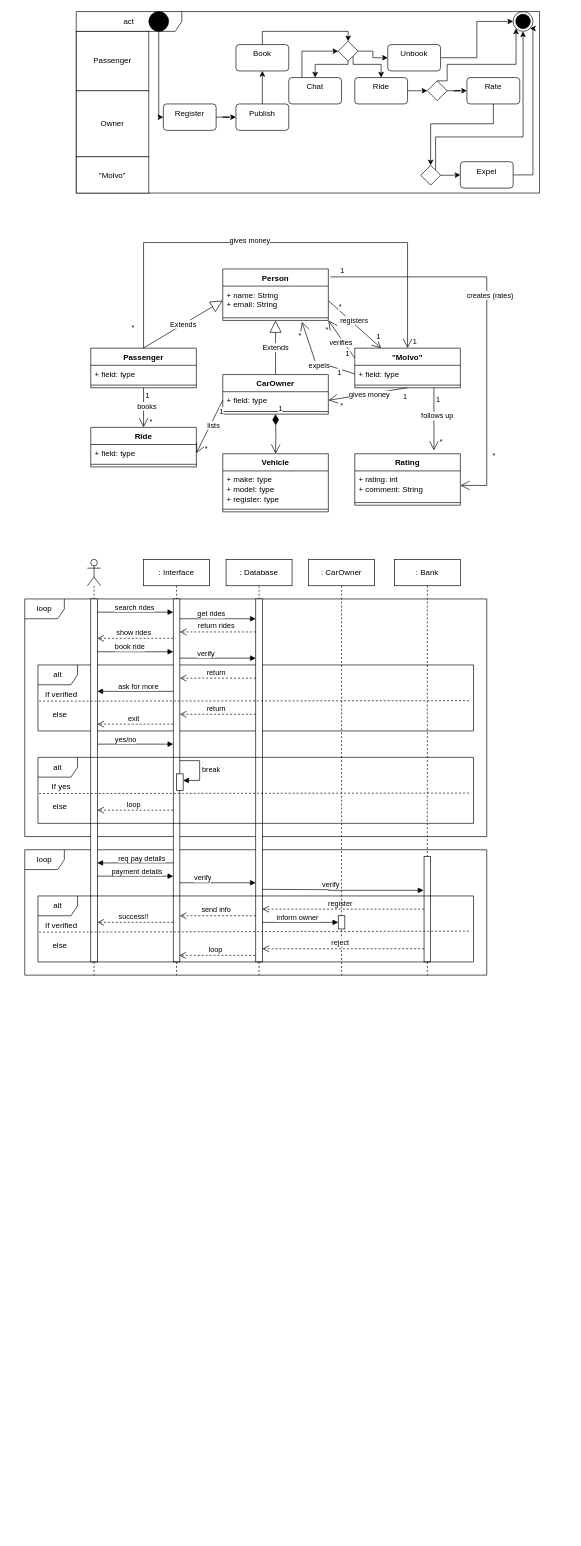
This is Ex-2.drawio from nangliaa/nangliaa, a draw.io file, before an edit. Source tidied: cells renumbered, new cells numbered last; positions are measured from the earlier drawing's top-left corner, leaving out a move shared by most shapes. Both pictures are drawn from the tidied source at 66%, with x=0, y=0 at pixel (24, 11).
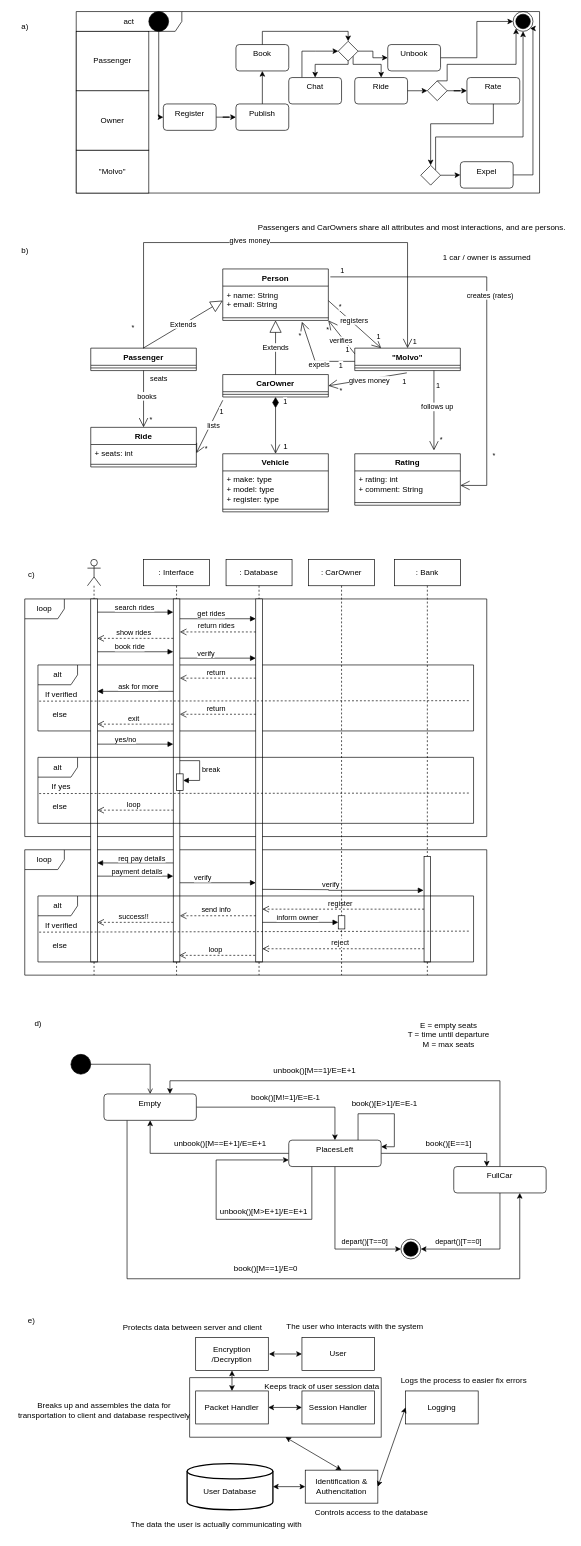
The same diagram, later.

Unchanged cells that the change refers to:
```xml
<mxCell id="2" value="act" style="shape=umlFrame;whiteSpace=wrap;html=1;width=160;" parent="1" vertex="1">
  <mxGeometry x="78" width="702" height="275" as="geometry" />
</mxCell>
<mxCell id="36" style="line;strokeWidth=1;fillColor=none;align=left;verticalAlign=middle;spacingTop=-1;spacingLeft=3;spacingRight=3;labelPosition=right;points=[];portConstraint=eastwest;strokeColor=inherit;" parent="34" vertex="1">
  <mxGeometry y="70" width="160" height="8" as="geometry" />
</mxCell>
<mxCell id="45" value="Vehicle" style="swimlane;fontStyle=1;align=center;verticalAlign=top;horizontal=1;startSize=26;whiteSpace=wrap;html=1;" parent="1" vertex="1">
  <mxGeometry x="300" y="670" width="160" height="88" as="geometry" />
</mxCell>
<mxCell id="49" value="Ride" style="swimlane;fontStyle=1;align=center;verticalAlign=top;horizontal=1;startSize=26;whiteSpace=wrap;html=1;" parent="1" vertex="1">
  <mxGeometry x="100" y="630" width="160" height="60" as="geometry" />
</mxCell>
<mxCell id="55" style="endArrow=open;endFill=1;endSize=12;html=1;rounded=0;entryX=0.5;entryY=0;entryDx=0;entryDy=0;exitX=0.5;exitY=1;exitDx=0;exitDy=0;" parent="1" edge="1" source="37" target="49">
  <mxGeometry relative="1" as="geometry" />
</mxCell>
```

What changed in the source:
```diff
@@
+    <mxCell id="143" style="html=1;whiteSpace=wrap;" parent="1" vertex="1">
+      <mxGeometry x="250" y="2070" width="290" height="90" as="geometry" />
+    </mxCell>
@@
     <mxCell id="3" value="&quot;Molvo&quot;" style="html=1;whiteSpace=wrap;" parent="2" vertex="1">
-      <mxGeometry y="220" width="110" height="55" as="geometry" />
+      <mxGeometry y="210" width="110" height="65" as="geometry" />
     </mxCell>
@@
     <mxCell id="21" value="Owner" style="html=1;whiteSpace=wrap;" parent="2" vertex="1">
-      <mxGeometry y="120" width="110" height="100" as="geometry" />
+      <mxGeometry y="120" width="110" height="90" as="geometry" />
     </mxCell>
@@
     <mxCell id="31" value="&quot;Molvo&quot;" style="swimlane;fontStyle=1;align=center;verticalAlign=top;horizontal=1;startSize=26;whiteSpace=wrap;html=1;" parent="1" vertex="1">
-      <mxGeometry x="500" y="510" width="160" height="60" as="geometry" />
+      <mxGeometry x="500" y="510" width="160" height="34" as="geometry" />
     </mxCell>
-    <mxCell id="32" value="+ field: type" style="text;strokeColor=none;fillColor=none;align=left;verticalAlign=top;spacingLeft=4;spacingRight=4;overflow=hidden;points=[[0,0.5],[1,0.5]];portConstraint=eastwest;whiteSpace=wrap;html=1;" parent="31" vertex="1">
-      <mxGeometry y="26" width="160" height="26" as="geometry" />
-    </mxCell>
     <mxCell id="33" style="line;strokeWidth=1;fillColor=none;align=left;verticalAlign=middle;spacingTop=-1;spacingLeft=3;spacingRight=3;labelPosition=right;points=[];portConstraint=eastwest;strokeColor=inherit;" parent="31" vertex="1">
-      <mxGeometry y="52" width="160" height="8" as="geometry" />
+      <mxGeometry y="26" width="160" height="8" as="geometry" />
     </mxCell>
@@
     <mxCell id="37" value="Passenger" style="swimlane;fontStyle=1;align=center;verticalAlign=top;horizontal=1;startSize=26;whiteSpace=wrap;html=1;" parent="1" vertex="1">
-      <mxGeometry x="100" y="510" width="160" height="60" as="geometry" />
+      <mxGeometry x="100" y="510" width="160" height="34" as="geometry" />
     </mxCell>
-    <mxCell id="38" value="+ field: type" style="text;strokeColor=none;fillColor=none;align=left;verticalAlign=top;spacingLeft=4;spacingRight=4;overflow=hidden;whiteSpace=wrap;html=1;" parent="37" vertex="1">
-      <mxGeometry y="26" width="160" height="26" as="geometry" />
-    </mxCell>
     <mxCell id="39" style="line;strokeWidth=1;fillColor=none;align=left;verticalAlign=middle;spacingTop=-1;spacingLeft=3;spacingRight=3;labelPosition=right;strokeColor=inherit;" parent="37" vertex="1">
-      <mxGeometry y="52" width="160" height="8" as="geometry" />
+      <mxGeometry y="26" width="160" height="8" as="geometry" />
     </mxCell>
     <mxCell id="40" value="CarOwner" style="swimlane;fontStyle=1;align=center;verticalAlign=top;horizontal=1;startSize=26;whiteSpace=wrap;html=1;" parent="1" vertex="1">
-      <mxGeometry x="300" y="550" width="160" height="60" as="geometry" />
+      <mxGeometry x="300" y="550" width="160" height="34" as="geometry" />
     </mxCell>
-    <mxCell id="41" value="+ field: type" style="text;strokeColor=none;fillColor=none;align=left;verticalAlign=top;spacingLeft=4;spacingRight=4;overflow=hidden;points=[[0,0.5],[1,0.5]];portConstraint=eastwest;whiteSpace=wrap;html=1;" parent="40" vertex="1">
-      <mxGeometry y="26" width="160" height="26" as="geometry" />
-    </mxCell>
     <mxCell id="42" style="line;strokeWidth=1;fillColor=none;align=left;verticalAlign=middle;spacingTop=-1;spacingLeft=3;spacingRight=3;labelPosition=right;strokeColor=inherit;" parent="40" vertex="1">
-      <mxGeometry y="52" width="160" height="8" as="geometry" />
+      <mxGeometry y="26" width="160" height="8" as="geometry" />
     </mxCell>
@@
-    <mxCell id="48" value="1" style="endArrow=open;html=1;endSize=12;startArrow=diamondThin;startSize=14;startFill=1;edgeStyle=orthogonalEdgeStyle;align=left;verticalAlign=bottom;rounded=0;entryX=0.5;entryY=0;entryDx=0;entryDy=0;" parent="1" edge="1" target="45">
-      <mxGeometry x="-1" y="3" relative="1" as="geometry">
-        <mxPoint x="380" y="610" as="sourcePoint" />
-      </mxGeometry>
+    <mxCell id="48" value="1" style="endArrow=open;html=1;endSize=12;startArrow=diamondThin;startSize=14;startFill=1;edgeStyle=orthogonalEdgeStyle;align=left;verticalAlign=bottom;rounded=0;entryX=0.5;entryY=0;entryDx=0;entryDy=0;exitX=0.5;exitY=1;exitDx=0;exitDy=0;" parent="1" edge="1" source="40" target="45">
+      <mxGeometry x="-0.63" y="10" relative="1" as="geometry" />
     </mxCell>
@@
-    <mxCell id="50" value="+ field: type" style="text;strokeColor=none;fillColor=none;align=left;verticalAlign=top;spacingLeft=4;spacingRight=4;overflow=hidden;points=[[0,0.5],[1,0.5]];portConstraint=eastwest;whiteSpace=wrap;html=1;" parent="49" vertex="1">
+    <mxCell id="50" value="+ seats: int" style="text;strokeColor=none;fillColor=none;align=left;verticalAlign=top;spacingLeft=4;spacingRight=4;overflow=hidden;points=[[0,0.5],[1,0.5]];portConstraint=eastwest;whiteSpace=wrap;html=1;" parent="49" vertex="1">
       <mxGeometry y="26" width="160" height="26" as="geometry" />
     </mxCell>
@@
-    <mxCell id="57" value="1" style="edgeLabel;html=1;align=center;verticalAlign=middle;" parent="55" vertex="1">
-      <mxGeometry x="-0.64" y="5" relative="1" as="geometry" />
+    <mxCell id="57" value="seats" style="edgeLabel;html=1;align=center;verticalAlign=middle;" parent="55" vertex="1">
+      <mxGeometry x="-0.64" y="5" relative="1" as="geometry">
+        <mxPoint x="17" y="-4" as="offset" />
+      </mxGeometry>
     </mxCell>
@@
-    <mxCell id="63" style="endArrow=open;endFill=1;endSize=12;html=1;rounded=0;entryX=1;entryY=0.5;entryDx=0;entryDy=0;exitX=0.5;exitY=1;exitDx=0;exitDy=0;" parent="1" edge="1" target="41">
-      <mxGeometry relative="1" as="geometry">
-        <mxPoint x="579.5" y="570" as="sourcePoint" />
-      </mxGeometry>
+    <mxCell id="63" style="endArrow=open;endFill=1;endSize=12;html=1;rounded=0;entryX=1;entryY=0.5;entryDx=0;entryDy=0;exitX=0.493;exitY=1.433;exitDx=0;exitDy=0;exitPerimeter=0;" parent="1" edge="1" source="33" target="40">
+      <mxGeometry relative="1" as="geometry" />
     </mxCell>
@@
-    <mxCell id="67" style="endArrow=open;endFill=1;endSize=12;html=1;rounded=0;entryX=1;entryY=0.5;entryDx=0;entryDy=0;exitX=0;exitY=0.5;exitDx=0;exitDy=0;" parent="1" edge="1" source="41" target="50">
-      <mxGeometry relative="1" as="geometry" />
+    <mxCell id="67" style="endArrow=open;endFill=1;endSize=12;html=1;rounded=0;entryX=1;entryY=0.5;entryDx=0;entryDy=0;exitX=0;exitY=0.5;exitDx=0;exitDy=0;" parent="1" edge="1" target="50">
+      <mxGeometry relative="1" as="geometry">
+        <mxPoint x="300" y="589" as="sourcePoint" />
+      </mxGeometry>
     </mxCell>
@@
-    <mxCell id="79" style="endArrow=open;endFill=1;endSize=12;html=1;rounded=0;entryX=0.75;entryY=1.25;entryDx=0;entryDy=0;exitX=0;exitY=0.5;exitDx=0;exitDy=0;entryPerimeter=0;" parent="1" edge="1" source="32" target="36">
+    <mxCell id="79" style="endArrow=open;endFill=1;endSize=12;html=1;rounded=0;entryX=0.75;entryY=1.25;entryDx=0;entryDy=0;entryPerimeter=0;" parent="1" edge="1" target="36">
       <mxGeometry relative="1" as="geometry">
+        <mxPoint x="500" y="530" as="sourcePoint" />
         <Array as="points">
           <mxPoint x="440" y="530" />
         </Array>
       </mxGeometry>
     </mxCell>
@@
+    <mxCell id="144" style="edgeStyle=orthogonalEdgeStyle;rounded=0;jettySize=auto;html=1;entryX=0.5;entryY=0;entryDx=0;entryDy=0;" parent="1" edge="1" source="146" target="154">
+      <mxGeometry relative="1" as="geometry" />
+    </mxCell>
+    <mxCell id="145" style="edgeStyle=orthogonalEdgeStyle;rounded=0;jettySize=auto;html=1;exitX=0.25;exitY=1;exitDx=0;exitDy=0;" parent="1" edge="1" source="146" target="160">
+      <mxGeometry relative="1" as="geometry">
+        <Array as="points">
+          <mxPoint x="155" y="1920" />
+          <mxPoint x="750" y="1920" />
+        </Array>
+      </mxGeometry>
+    </mxCell>
+    <mxCell id="146" value="Empty" style="html=1;align=center;verticalAlign=top;rounded=1;absoluteArcSize=1;arcSize=10;dashed=0;whiteSpace=wrap;" parent="1" vertex="1">
+      <mxGeometry x="120" y="1640" width="140" height="40" as="geometry" />
+    </mxCell>
+    <mxCell id="147" style="edgeStyle=orthogonalEdgeStyle;rounded=0;jettySize=auto;html=1;entryX=0.5;entryY=0;entryDx=0;entryDy=0;endArrow=open;endFill=0;" parent="1" edge="1" source="148" target="146">
+      <mxGeometry relative="1" as="geometry" />
+    </mxCell>
+    <mxCell id="148" style="ellipse;fillColor=strokeColor;html=1;" parent="1" vertex="1">
+      <mxGeometry x="70" y="1580" width="30" height="30" as="geometry" />
+    </mxCell>
+    <mxCell id="149" style="edgeStyle=orthogonalEdgeStyle;rounded=0;jettySize=auto;html=1;" parent="1" edge="1" source="154" target="160">
+      <mxGeometry relative="1" as="geometry">
+        <Array as="points">
+          <mxPoint x="700" y="1730" />
+        </Array>
+      </mxGeometry>
+    </mxCell>
+    <mxCell id="150" style="edgeStyle=orthogonalEdgeStyle;rounded=0;jettySize=auto;html=1;exitX=0.5;exitY=1;exitDx=0;exitDy=0;entryX=0;entryY=0.5;entryDx=0;entryDy=0;" parent="1" edge="1" source="154" target="161">
+      <mxGeometry relative="1" as="geometry" />
+    </mxCell>
+    <mxCell id="151" style="edgeStyle=orthogonalEdgeStyle;rounded=0;jettySize=auto;html=1;entryX=0.5;entryY=1;entryDx=0;entryDy=0;" parent="1" edge="1" source="154" target="146">
+      <mxGeometry relative="1" as="geometry" />
+    </mxCell>
+    <mxCell id="152" style="edgeStyle=orthogonalEdgeStyle;rounded=0;orthogonalLoop=1;jettySize=auto;html=1;exitX=0.25;exitY=1;exitDx=0;exitDy=0;entryX=0;entryY=0.75;entryDx=0;entryDy=0;" parent="1" edge="1" source="154" target="154">
+      <mxGeometry relative="1" as="geometry">
+        <Array as="points">
+          <mxPoint x="435" y="1830" />
+          <mxPoint x="290" y="1830" />
+          <mxPoint x="290" y="1740" />
+        </Array>
+      </mxGeometry>
+    </mxCell>
+    <mxCell id="153" style="edgeStyle=orthogonalEdgeStyle;rounded=0;orthogonalLoop=1;jettySize=auto;html=1;exitX=0.75;exitY=0;exitDx=0;exitDy=0;entryX=1;entryY=0.25;entryDx=0;entryDy=0;" parent="1" edge="1" source="154" target="154">
+      <mxGeometry relative="1" as="geometry">
+        <Array as="points">
+          <mxPoint x="505" y="1670" />
+          <mxPoint x="560" y="1670" />
+          <mxPoint x="560" y="1720" />
+        </Array>
+      </mxGeometry>
+    </mxCell>
+    <mxCell id="154" value="PlacesLeft" style="html=1;align=center;verticalAlign=top;rounded=1;absoluteArcSize=1;arcSize=10;dashed=0;whiteSpace=wrap;" parent="1" vertex="1">
+      <mxGeometry x="400" y="1710" width="140" height="40" as="geometry" />
+    </mxCell>
+    <mxCell id="155" value="book()[M!=1]/E=E-1" style="text;html=1;align=center;verticalAlign=middle;strokeColor=none;fillColor=none;" parent="1" vertex="1">
+      <mxGeometry x="330" y="1630" width="130" height="30" as="geometry" />
+    </mxCell>
+    <mxCell id="156" value="&lt;div&gt;E = empty seats&lt;/div&gt;&lt;div&gt;T = time until departure&lt;br&gt;&lt;/div&gt;&lt;div&gt;M = max seats&lt;br&gt;&lt;/div&gt;" style="text;html=1;align=center;verticalAlign=middle;strokeColor=none;fillColor=none;" parent="1" vertex="1">
+      <mxGeometry x="572" y="1520" width="140" height="60" as="geometry" />
+    </mxCell>
+    <mxCell id="157" style="edgeStyle=orthogonalEdgeStyle;rounded=0;jettySize=auto;html=1;entryX=1;entryY=0.5;entryDx=0;entryDy=0;" parent="1" edge="1" source="160" target="161">
+      <mxGeometry relative="1" as="geometry">
+        <Array as="points">
+          <mxPoint x="720" y="1875" />
+        </Array>
+      </mxGeometry>
+    </mxCell>
+    <mxCell id="158" value="depart()[T==0]" style="edgeLabel;html=1;align=center;verticalAlign=middle;" parent="157" vertex="1">
+      <mxGeometry x="0.45" y="-6" relative="1" as="geometry">
+        <mxPoint y="-6" as="offset" />
+      </mxGeometry>
+    </mxCell>
+    <mxCell id="159" style="edgeStyle=orthogonalEdgeStyle;rounded=0;jettySize=auto;html=1;" parent="1" edge="1" source="160">
+      <mxGeometry relative="1" as="geometry">
+        <mxPoint x="220" y="1640" as="targetPoint" />
+        <Array as="points">
+          <mxPoint x="720" y="1620" />
+          <mxPoint x="220" y="1620" />
+          <mxPoint x="220" y="1640" />
+        </Array>
+      </mxGeometry>
+    </mxCell>
+    <mxCell id="160" value="FullCar" style="html=1;align=center;verticalAlign=top;rounded=1;absoluteArcSize=1;arcSize=10;dashed=0;whiteSpace=wrap;" parent="1" vertex="1">
+      <mxGeometry x="650" y="1750" width="140" height="40" as="geometry" />
+    </mxCell>
+    <mxCell id="161" style="ellipse;html=1;shape=endState;fillColor=strokeColor;" parent="1" vertex="1">
+      <mxGeometry x="570" y="1860" width="30" height="30" as="geometry" />
+    </mxCell>
+    <mxCell id="162" value="book()[E==1]" style="text;html=1;align=center;verticalAlign=middle;strokeColor=none;fillColor=none;" parent="1" vertex="1">
+      <mxGeometry x="597" y="1701" width="90" height="30" as="geometry" />
+    </mxCell>
+    <mxCell id="163" value="depart()[T==0]" style="edgeLabel;html=1;align=center;verticalAlign=middle;" parent="1" vertex="1">
+      <mxGeometry x="514" y="1863" as="geometry" />
+    </mxCell>
+    <mxCell id="164" value="unbook()[M==E+1]/E=E+1" style="text;html=1;align=center;verticalAlign=middle;strokeColor=none;fillColor=none;" parent="1" vertex="1">
+      <mxGeometry x="216" y="1701" width="160" height="30" as="geometry" />
+    </mxCell>
+    <mxCell id="165" value="unbook()[M&amp;gt;E+1]/E=E+1" style="text;html=1;align=center;verticalAlign=middle;strokeColor=none;fillColor=none;" parent="1" vertex="1">
+      <mxGeometry x="287" y="1803" width="150" height="30" as="geometry" />
+    </mxCell>
+    <mxCell id="166" value="unbook()[M==1]/E=E+1" style="text;html=1;align=center;verticalAlign=middle;strokeColor=none;fillColor=none;" parent="1" vertex="1">
+      <mxGeometry x="364" y="1590" width="150" height="30" as="geometry" />
+    </mxCell>
+    <mxCell id="167" value="book()[E&amp;gt;1]/E=E-1" style="text;html=1;align=center;verticalAlign=middle;strokeColor=none;fillColor=none;" parent="1" vertex="1">
+      <mxGeometry x="485" y="1640" width="120" height="30" as="geometry" />
+    </mxCell>
+    <mxCell id="168" value="book()[M==1]/E=0" style="text;html=1;align=center;verticalAlign=middle;strokeColor=none;fillColor=none;" parent="1" vertex="1">
+      <mxGeometry x="305" y="1890" width="120" height="30" as="geometry" />
+    </mxCell>
+    <mxCell id="169" value="&lt;div&gt;&lt;br&gt;&lt;/div&gt;&lt;div&gt;User Database&lt;/div&gt;" style="strokeWidth=2;html=1;shape=mxgraph.flowchart.database;whiteSpace=wrap;" parent="1" vertex="1">
+      <mxGeometry x="246" y="2200" width="130" height="70" as="geometry" />
+    </mxCell>
+    <mxCell id="170" value="Packet Handler" style="html=1;whiteSpace=wrap;" parent="1" vertex="1">
+      <mxGeometry x="259" y="2090" width="110" height="50" as="geometry" />
+    </mxCell>
+    <mxCell id="171" value="Identification &amp;amp; Authencitation" style="html=1;whiteSpace=wrap;" parent="1" vertex="1">
+      <mxGeometry x="425" y="2210" width="110" height="50" as="geometry" />
+    </mxCell>
+    <mxCell id="172" value="Session Handler" style="html=1;whiteSpace=wrap;" parent="1" vertex="1">
+      <mxGeometry x="420" y="2090" width="110" height="50" as="geometry" />
+    </mxCell>
+    <mxCell id="173" value="Encryption /Decryption" style="html=1;whiteSpace=wrap;" parent="1" vertex="1">
+      <mxGeometry x="259" y="2009" width="110" height="50" as="geometry" />
+    </mxCell>
+    <mxCell id="174" value="Logging" style="html=1;whiteSpace=wrap;" parent="1" vertex="1">
+      <mxGeometry x="577" y="2090" width="110" height="50" as="geometry" />
+    </mxCell>
+    <mxCell id="175" style="endArrow=classic;startArrow=classic;html=1;rounded=0;entryX=0;entryY=0.5;entryDx=0;entryDy=0;exitX=1;exitY=0.5;exitDx=0;exitDy=0;" parent="1" edge="1" source="171" target="174">
+      <mxGeometry relative="1" as="geometry" />
+    </mxCell>
+    <mxCell id="176" style="endArrow=classic;startArrow=classic;html=1;rounded=0;entryX=1;entryY=0.5;entryDx=0;entryDy=0;exitX=0;exitY=0.5;exitDx=0;exitDy=0;" parent="1" edge="1" source="172" target="170">
+      <mxGeometry relative="1" as="geometry" />
+    </mxCell>
+    <mxCell id="177" style="endArrow=classic;startArrow=classic;html=1;rounded=0;entryX=0;entryY=0.5;entryDx=0;entryDy=0;exitX=1;exitY=0.5;exitDx=0;exitDy=0;exitPerimeter=0;" parent="1" edge="1" source="169" target="171">
+      <mxGeometry relative="1" as="geometry" />
+    </mxCell>
+    <mxCell id="178" style="endArrow=classic;startArrow=classic;html=1;rounded=0;entryX=0.5;entryY=1;entryDx=0;entryDy=0;exitX=0.5;exitY=0;exitDx=0;exitDy=0;" parent="1" edge="1" source="171" target="143">
+      <mxGeometry relative="1" as="geometry" />
+    </mxCell>
+    <mxCell id="179" style="endArrow=classic;startArrow=classic;html=1;rounded=0;entryX=0.5;entryY=1;entryDx=0;entryDy=0;exitX=0.5;exitY=0;exitDx=0;exitDy=0;" parent="1" edge="1" source="170" target="173">
+      <mxGeometry relative="1" as="geometry" />
+    </mxCell>
+    <mxCell id="180" value="User" style="html=1;whiteSpace=wrap;" parent="1" vertex="1">
+      <mxGeometry x="420" y="2009" width="110" height="50" as="geometry" />
+    </mxCell>
+    <mxCell id="181" style="endArrow=classic;startArrow=classic;html=1;rounded=0;entryX=0;entryY=0.5;entryDx=0;entryDy=0;" parent="1" edge="1" target="180">
+      <mxGeometry relative="1" as="geometry">
+        <mxPoint x="370" y="2034" as="sourcePoint" />
+      </mxGeometry>
+    </mxCell>
+    <mxCell id="182" value="The user who interacts with the system" style="text;html=1;align=center;verticalAlign=middle;strokeColor=none;fillColor=none;" parent="1" vertex="1">
+      <mxGeometry x="385" y="1978" width="230" height="30" as="geometry" />
+    </mxCell>
+    <mxCell id="183" value="Protects data between server and client" style="text;html=1;align=center;verticalAlign=middle;strokeColor=none;fillColor=none;" parent="1" vertex="1">
+      <mxGeometry x="139" y="1979" width="230" height="30" as="geometry" />
+    </mxCell>
+    <mxCell id="184" value="The data the user is actually communicating with" style="text;html=1;align=center;verticalAlign=middle;strokeColor=none;fillColor=none;" parent="1" vertex="1">
+      <mxGeometry x="150" y="2278" width="280" height="30" as="geometry" />
+    </mxCell>
+    <mxCell id="185" value="Controls access to the database" style="text;html=1;align=center;verticalAlign=middle;strokeColor=none;fillColor=none;" parent="1" vertex="1">
+      <mxGeometry x="430" y="2260" width="190" height="30" as="geometry" />
+    </mxCell>
+    <mxCell id="186" value="Logs the process to easier fix errors" style="text;html=1;align=center;verticalAlign=middle;strokeColor=none;fillColor=none;" parent="1" vertex="1">
+      <mxGeometry x="560" y="2060" width="210" height="30" as="geometry" />
+    </mxCell>
+    <mxCell id="187" value="&lt;div&gt;Breaks up and assembles the data for&lt;/div&gt;&lt;div&gt;transportation to client and database respectively&lt;/div&gt;" style="text;html=1;align=center;verticalAlign=middle;strokeColor=none;fillColor=none;" parent="1" vertex="1">
+      <mxGeometry x="-20" y="2100" width="280" height="40" as="geometry" />
+    </mxCell>
+    <mxCell id="188" value="Keeps track of user session data" style="text;html=1;align=center;verticalAlign=middle;strokeColor=none;fillColor=none;" parent="1" vertex="1">
+      <mxGeometry x="355" y="2068" width="190" height="30" as="geometry" />
+    </mxCell>
+    <mxCell id="189" value="a)" style="text;html=1;align=center;verticalAlign=middle;strokeColor=none;fillColor=none;" parent="1" vertex="1">
+      <mxGeometry x="-15" y="8" width="30" height="30" as="geometry" />
+    </mxCell>
+    <mxCell id="190" value="b)" style="text;html=1;align=center;verticalAlign=middle;strokeColor=none;fillColor=none;" parent="1" vertex="1">
+      <mxGeometry x="-15" y="348" width="30" height="30" as="geometry" />
+    </mxCell>
+    <mxCell id="191" value="c)" style="text;html=1;align=center;verticalAlign=middle;strokeColor=none;fillColor=none;" parent="1" vertex="1">
+      <mxGeometry x="-5" y="838" width="30" height="30" as="geometry" />
+    </mxCell>
+    <mxCell id="192" value="&lt;div&gt;d)&lt;/div&gt;" style="text;html=1;align=center;verticalAlign=middle;strokeColor=none;fillColor=none;" parent="1" vertex="1">
+      <mxGeometry x="5" y="1518" width="30" height="30" as="geometry" />
+    </mxCell>
+    <mxCell id="193" value="e)" style="text;html=1;align=center;verticalAlign=middle;strokeColor=none;fillColor=none;" parent="1" vertex="1">
+      <mxGeometry x="-5" y="1968" width="30" height="30" as="geometry" />
+    </mxCell>
+    <mxCell id="194" value="&lt;div&gt;Passengers and CarOwners share all attributes and most interactions, and are persons.&lt;/div&gt;" style="text;html=1;align=center;verticalAlign=middle;strokeColor=none;fillColor=none;" parent="1" vertex="1">
+      <mxGeometry x="346" y="313" width="480" height="30" as="geometry" />
+    </mxCell>
+    <mxCell id="195" value="1" style="text;html=1;align=center;verticalAlign=middle;strokeColor=none;fillColor=none;" parent="1" vertex="1">
+      <mxGeometry x="380" y="645" width="30" height="30" as="geometry" />
+    </mxCell>
+    <mxCell id="196" value="1 car / owner is assumed" style="text;html=1;align=center;verticalAlign=middle;strokeColor=none;fillColor=none;" parent="1" vertex="1">
+      <mxGeometry x="620" y="358" width="160" height="30" as="geometry" />
+    </mxCell>
```
